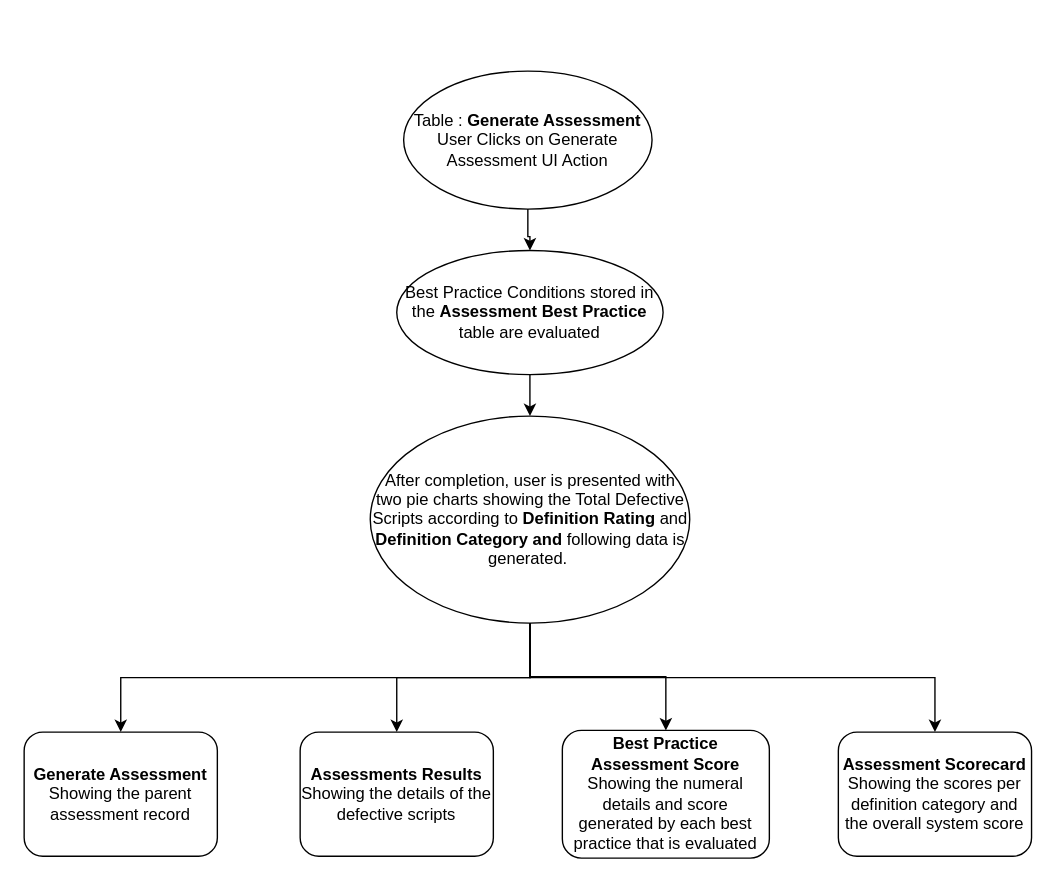
The draw.io diagram Untitled Diagram.drawio in sunjyot1993/CoDetox, before the edit. Source tidied: cells renumbered, new cells numbered last; positions are measured from the earlier drawing's top-left corner, leaving out a move shared by most shapes. Both pictures are drawn from the tidied source at 138%, with x=0, y=0 at pixel (23, 70).
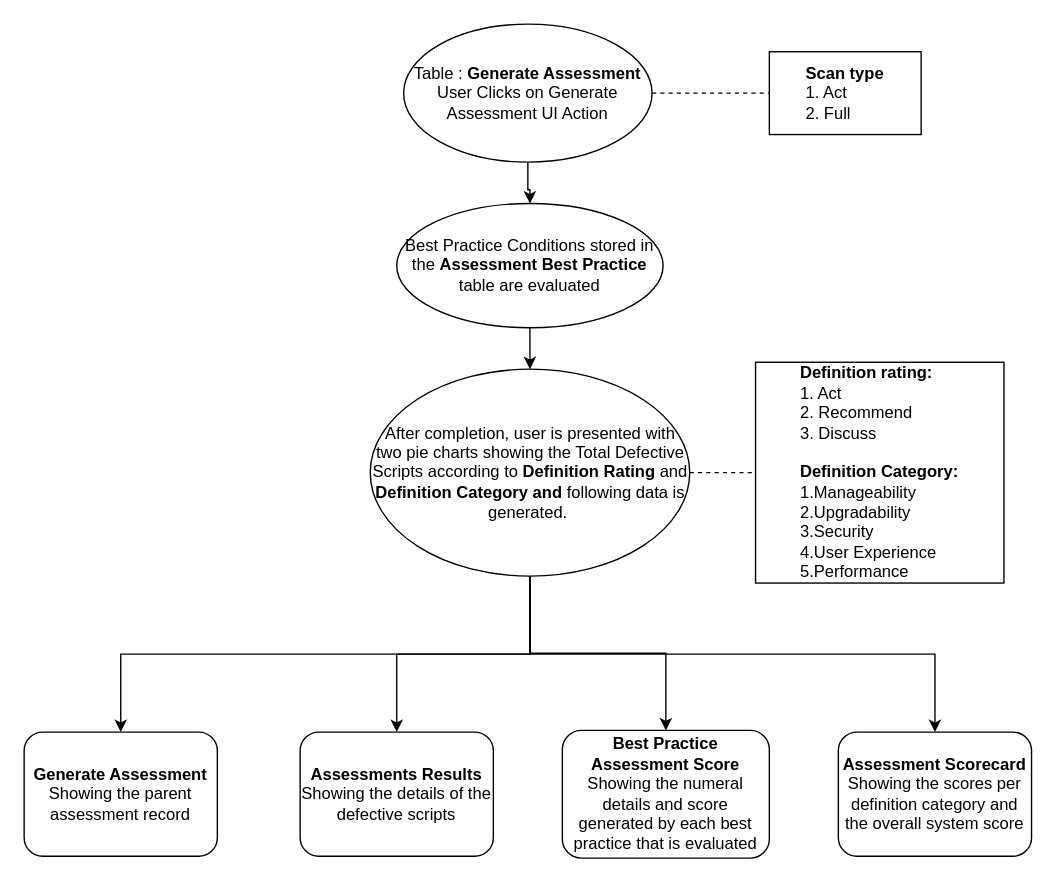
After the change.

Change to the diagram source:
```diff
@@
 <mxGraphModel>
   <root>
     <mxCell id="0" />
     <mxCell id="1" parent="0" />
     <mxCell id="2" style="edgeStyle=orthogonalEdgeStyle;rounded=0;jettySize=auto;html=1;" parent="1" edge="1" source="3" target="5">
       <mxGeometry relative="1" as="geometry" />
     </mxCell>
     <mxCell id="3" value="Table : &lt;b&gt;Generate Assessment&lt;/b&gt;&lt;br&gt;User Clicks on Generate Assessment UI Action" style="ellipse;whiteSpace=wrap;html=1;" parent="1" vertex="1">
-      <mxGeometry x="275" width="180" height="100" as="geometry" />
+      <mxGeometry x="275" y="-34" width="180" height="100" as="geometry" />
     </mxCell>
     <mxCell id="4" style="edgeStyle=orthogonalEdgeStyle;rounded=0;jettySize=auto;html=1;" parent="1" edge="1" source="5" target="10">
       <mxGeometry relative="1" as="geometry" />
     </mxCell>
     <mxCell id="5" value="Best Practice Conditions stored in the &lt;b&gt;Assessment Best Practice&lt;/b&gt; table are evaluated" style="ellipse;whiteSpace=wrap;html=1;" parent="1" vertex="1">
-      <mxGeometry x="270" y="130" width="193" height="90" as="geometry" />
+      <mxGeometry x="270" y="96" width="193" height="90" as="geometry" />
     </mxCell>
     <mxCell id="6" style="edgeStyle=orthogonalEdgeStyle;rounded=0;jettySize=auto;html=1;exitX=0.5;exitY=1;exitDx=0;exitDy=0;" parent="1" edge="1" source="10" target="11">
       <mxGeometry relative="1" as="geometry" />
     </mxCell>
     <mxCell id="7" style="edgeStyle=orthogonalEdgeStyle;rounded=0;jettySize=auto;html=1;exitX=0.5;exitY=1;exitDx=0;exitDy=0;entryX=0.5;entryY=0;entryDx=0;entryDy=0;" parent="1" edge="1" source="10" target="12">
       <mxGeometry relative="1" as="geometry" />
     </mxCell>
     <mxCell id="8" style="edgeStyle=orthogonalEdgeStyle;rounded=0;jettySize=auto;html=1;exitX=0.5;exitY=1;exitDx=0;exitDy=0;" parent="1" edge="1" source="10" target="14">
       <mxGeometry relative="1" as="geometry" />
     </mxCell>
     <mxCell id="9" style="edgeStyle=orthogonalEdgeStyle;rounded=0;jettySize=auto;html=1;exitX=0.5;exitY=1;exitDx=0;exitDy=0;entryX=0.5;entryY=0;entryDx=0;entryDy=0;" parent="1" edge="1" source="10" target="13">
       <mxGeometry relative="1" as="geometry" />
     </mxCell>
     <mxCell id="10" value="After completion, user is presented with two pie charts showing the Total Defective Scripts according to &lt;b&gt;Definition Rating&lt;/b&gt; and &lt;b&gt;Definition Category and &lt;/b&gt;following data is generated.&lt;b&gt;&amp;nbsp;&lt;/b&gt;" style="ellipse;whiteSpace=wrap;html=1;" parent="1" vertex="1">
-      <mxGeometry x="250.8" y="250" width="231.5" height="150" as="geometry" />
+      <mxGeometry x="250.8" y="216" width="231.5" height="150" as="geometry" />
     </mxCell>
     <mxCell id="11" value="&lt;b&gt;Generate Assessment&lt;/b&gt;&lt;br&gt;Showing the parent assessment record" style="rounded=1;whiteSpace=wrap;html=1;" parent="1" vertex="1">
       <mxGeometry y="479" width="140" height="90" as="geometry" />
     </mxCell>
     <mxCell id="12" value="&lt;b&gt;Assessments Results&lt;br&gt;&lt;/b&gt;Showing the details of the defective scripts" style="rounded=1;whiteSpace=wrap;html=1;" parent="1" vertex="1">
       <mxGeometry x="200" y="479" width="140" height="90" as="geometry" />
     </mxCell>
     <mxCell id="13" value="&lt;b&gt;Best Practice Assessment Score&lt;/b&gt;&lt;br&gt;Showing the numeral details and score generated by each best practice that is evaluated" style="rounded=1;whiteSpace=wrap;html=1;" parent="1" vertex="1">
       <mxGeometry x="390" y="477.8" width="150" height="92.5" as="geometry" />
     </mxCell>
     <mxCell id="14" value="&lt;b&gt;Assessment Scorecard&lt;/b&gt;&lt;br&gt;Showing the scores per definition category and the overall system score" style="rounded=1;whiteSpace=wrap;html=1;" parent="1" vertex="1">
       <mxGeometry x="590" y="479" width="140" height="90" as="geometry" />
     </mxCell>
+    <mxCell id="15" value="&lt;b&gt;Scan type&lt;br&gt;&lt;/b&gt;&lt;div style=&quot;text-align: left&quot;&gt;&lt;span&gt;1. Act&lt;/span&gt;&lt;/div&gt;&lt;div style=&quot;text-align: left&quot;&gt;&lt;span&gt;2. Full&lt;/span&gt;&lt;/div&gt;" style="rounded=0;whiteSpace=wrap;html=1;" parent="1" vertex="1">
+      <mxGeometry x="540" y="-14" width="110" height="60" as="geometry" />
+    </mxCell>
+    <mxCell id="16" style="endArrow=none;dashed=1;html=1;entryX=0;entryY=0.5;entryDx=0;entryDy=0;exitX=1;exitY=0.5;exitDx=0;exitDy=0;" parent="1" edge="1" source="3" target="15">
+      <mxGeometry relative="1" as="geometry" />
+    </mxCell>
+    <mxCell id="17" value="&lt;div style=&quot;text-align: left&quot;&gt;&lt;b&gt;Definition rating:&lt;/b&gt;&lt;/div&gt;&lt;div style=&quot;text-align: left&quot;&gt;&lt;span&gt;1. Act&lt;/span&gt;&lt;/div&gt;&lt;div style=&quot;text-align: left&quot;&gt;&lt;span&gt;2. Recommend&lt;/span&gt;&lt;/div&gt;&lt;div style=&quot;text-align: left&quot;&gt;&lt;span&gt;3. Discuss&lt;/span&gt;&lt;/div&gt;&lt;div style=&quot;text-align: left&quot;&gt;&lt;span&gt;&lt;br&gt;&lt;/span&gt;&lt;/div&gt;&lt;div style=&quot;text-align: left&quot;&gt;&lt;b&gt;&lt;span&gt;Definition&amp;nbsp;&lt;/span&gt;&lt;span&gt;Category:&lt;/span&gt;&lt;/b&gt;&lt;/div&gt;&lt;div style=&quot;text-align: left&quot;&gt;1.Manageability&lt;/div&gt;&lt;div style=&quot;text-align: left&quot;&gt;2.Upgradability&lt;br&gt;3.Security&lt;/div&gt;&lt;div style=&quot;text-align: left&quot;&gt;4.User Experience&lt;/div&gt;&lt;div style=&quot;text-align: left&quot;&gt;5.Performance&lt;/div&gt;" style="rounded=0;whiteSpace=wrap;html=1;" parent="1" vertex="1">
+      <mxGeometry x="530" y="211" width="180" height="160" as="geometry" />
+    </mxCell>
+    <mxCell id="18" style="endArrow=none;dashed=1;html=1;entryX=0;entryY=0.5;entryDx=0;entryDy=0;exitX=1;exitY=0.5;exitDx=0;exitDy=0;" parent="1" edge="1" source="10" target="17">
+      <mxGeometry relative="1" as="geometry" />
+    </mxCell>
   </root>
 </mxGraphModel>
```
